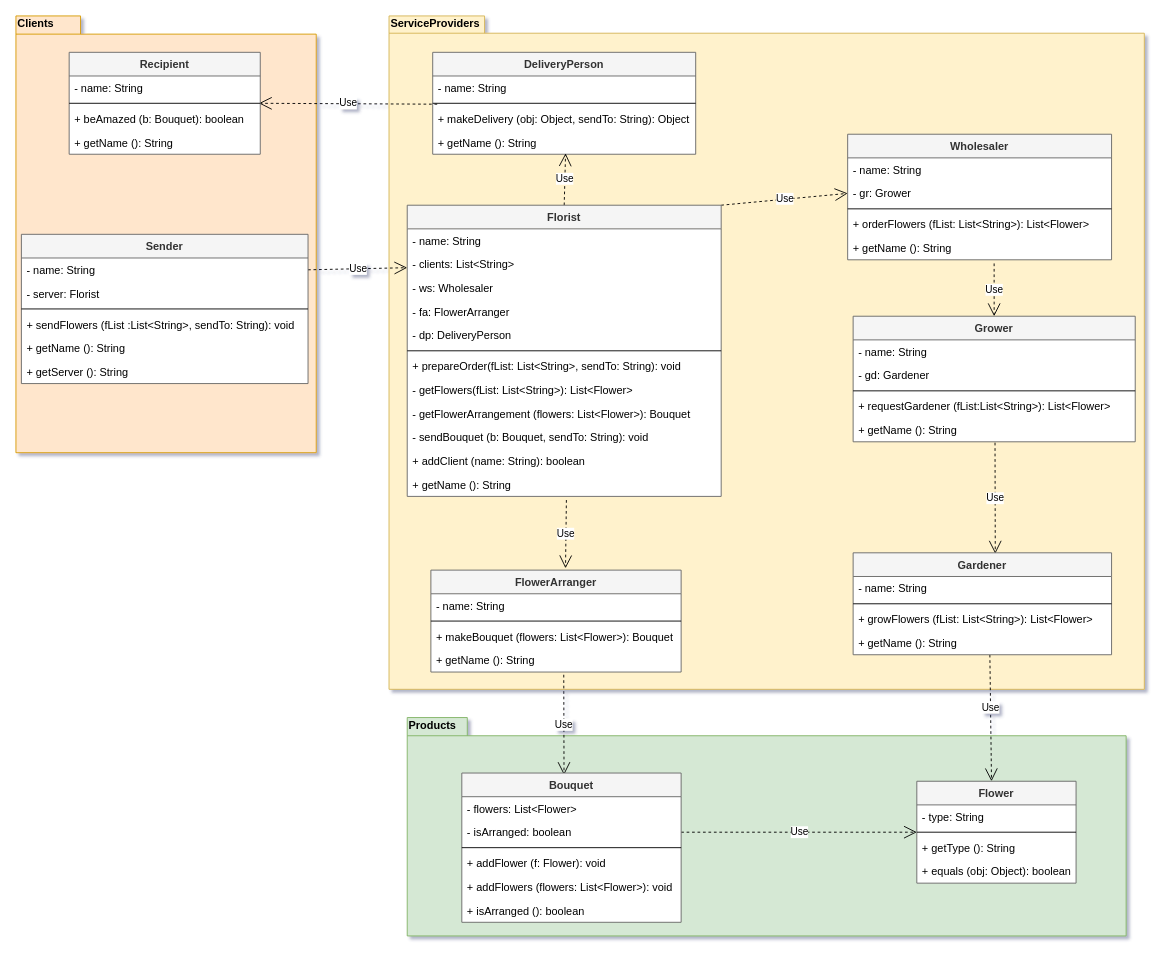
Before: ClassFlowerDeliveryDiagramV2.drawio in EE-OOP/Ex1, a draw.io diagram. Source tidied: cells renumbered, new cells numbered last; positions are measured from the earlier drawing's top-left corner, leaving out a move shared by most shapes. Both pictures are drawn from the tidied source at 91%, with x=0, y=0 at pixel (15, 15).
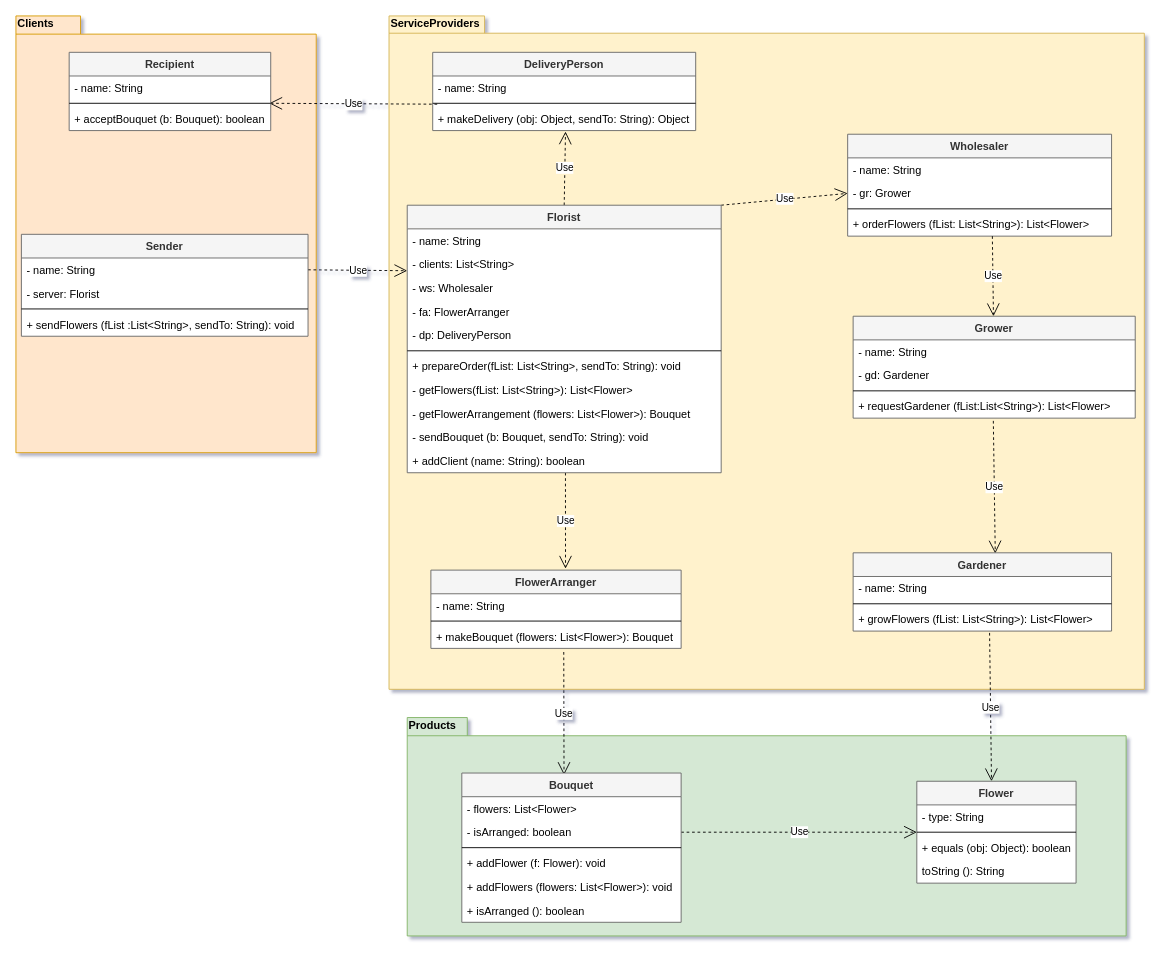
Above is the later version.

Unchanged cells that the change refers to:
```xml
<mxCell id="14" value="+ requestGardener (fList:List&lt;String&gt;): List&lt;Flower&gt;" style="text;align=left;verticalAlign=top;spacingLeft=4;spacingRight=4;overflow=hidden;points=[[0,0.5],[1,0.5]];portConstraint=eastwest;" parent="10" vertex="1">
  <mxGeometry y="86" width="310" height="26" as="geometry" />
</mxCell>
<mxCell id="19" value="+ makeDelivery (obj: Object, sendTo: String): Object" style="text;strokeColor=none;fillColor=none;align=left;verticalAlign=top;spacingLeft=4;spacingRight=4;overflow=hidden;points=[[0,0.5],[1,0.5]];portConstraint=eastwest;" parent="16" vertex="1">
  <mxGeometry y="60" width="289" height="26" as="geometry" />
</mxCell>
<mxCell id="39" value="- clients: List&lt;String&gt;" style="text;strokeColor=none;fillColor=none;align=left;verticalAlign=top;spacingLeft=4;spacingRight=4;overflow=hidden;points=[[0,0.5],[1,0.5]];portConstraint=eastwest;" parent="37" vertex="1">
  <mxGeometry y="52" width="345" height="26" as="geometry" />
</mxCell>
<mxCell id="48" value="+ addClient (name: String): boolean" style="text;strokeColor=none;fillColor=none;align=left;verticalAlign=top;spacingLeft=4;spacingRight=4;overflow=hidden;points=[[0,0.5],[1,0.5]];portConstraint=eastwest;" parent="37" vertex="1">
  <mxGeometry y="268" width="345" height="26" as="geometry" />
</mxCell>
<mxCell id="51" value="- name: String" style="text;strokeColor=none;fillColor=none;align=left;verticalAlign=top;spacingLeft=4;spacingRight=4;overflow=hidden;points=[[0,0.5],[1,0.5]];portConstraint=eastwest;" parent="50" vertex="1">
  <mxGeometry y="26" width="315" height="26" as="geometry" />
</mxCell>
<mxCell id="57" value="Bouquet" style="swimlane;fontStyle=1;align=center;verticalAlign=top;horizontal=1;startSize=26;swimlaneFillColor=#ffffff;fillColor=#f5f5f5;strokeColor=#666666;fontColor=#333333;" parent="1" vertex="1">
  <mxGeometry x="490" y="832" width="241" height="164" as="geometry" />
</mxCell>
<mxCell id="72" value="+ makeBouquet (flowers: List&lt;Flower&gt;): Bouquet" style="text;strokeColor=none;fillColor=none;align=left;verticalAlign=top;spacingLeft=4;spacingRight=4;overflow=hidden;points=[[0,0.5],[1,0.5]];portConstraint=eastwest;" parent="69" vertex="1">
  <mxGeometry y="60" width="275" height="26" as="geometry" />
</mxCell>
<mxCell id="74" value="Flower" style="swimlane;fontStyle=1;align=center;verticalAlign=top;horizontal=1;startSize=26;swimlaneFillColor=#ffffff;fillColor=#f5f5f5;strokeColor=#666666;fontColor=#333333;" parent="1" vertex="1">
  <mxGeometry x="990" y="841" width="175" height="112" as="geometry" />
</mxCell>
```

Change to the diagram source:
```diff
@@
     <mxCell id="4" value="Wholesaler" style="swimlane;fontStyle=1;align=center;verticalAlign=top;horizontal=1;startSize=26;swimlaneFillColor=#ffffff;fillColor=#f5f5f5;strokeColor=#666666;fontColor=#333333;" parent="1" vertex="1">
-      <mxGeometry x="914" y="130" width="290" height="138" as="geometry" />
+      <mxGeometry x="914" y="130" width="290" height="112" as="geometry" />
     </mxCell>
@@
-    <mxCell id="9" value="+ getName (): String" style="text;strokeColor=none;fillColor=none;align=left;verticalAlign=top;spacingLeft=4;spacingRight=4;overflow=hidden;points=[[0,0.5],[1,0.5]];portConstraint=eastwest;" parent="4" vertex="1">
-      <mxGeometry y="112" width="290" height="26" as="geometry" />
-    </mxCell>
     <mxCell id="10" value="Grower" style="swimlane;fontStyle=1;align=center;verticalAlign=top;horizontal=1;startSize=26;swimlaneFillColor=#ffffff;fillColor=#f5f5f5;strokeColor=#666666;fontColor=#333333;" parent="1" vertex="1">
-      <mxGeometry x="920" y="330" width="310" height="138" as="geometry" />
+      <mxGeometry x="920" y="330" width="310" height="112" as="geometry" />
     </mxCell>
@@
-    <mxCell id="15" value="+ getName (): String" style="text;align=left;verticalAlign=top;spacingLeft=4;spacingRight=4;overflow=hidden;points=[[0,0.5],[1,0.5]];portConstraint=eastwest;" parent="10" vertex="1">
-      <mxGeometry y="112" width="310" height="26" as="geometry" />
-    </mxCell>
     <mxCell id="16" value="DeliveryPerson" style="swimlane;fontStyle=1;align=center;verticalAlign=top;horizontal=1;startSize=26;swimlaneFillColor=#ffffff;fillColor=#f5f5f5;strokeColor=#666666;fontColor=#333333;" parent="1" vertex="1">
-      <mxGeometry x="458" y="40" width="289" height="112" as="geometry" />
+      <mxGeometry x="458" y="40" width="289" height="86" as="geometry" />
     </mxCell>
@@
-    <mxCell id="20" value="+ getName (): String" style="text;strokeColor=none;fillColor=none;align=left;verticalAlign=top;spacingLeft=4;spacingRight=4;overflow=hidden;" parent="16" vertex="1">
-      <mxGeometry y="86" width="289" height="26" as="geometry" />
-    </mxCell>
@@
-    <mxCell id="22" value="Use" style="endArrow=open;endSize=12;dashed=1;html=1;exitX=0.555;exitY=1.154;exitDx=0;exitDy=0;exitPerimeter=0;" parent="1" edge="1" source="9" target="10">
-      <mxGeometry relative="1" as="geometry" />
+    <mxCell id="22" value="Use" style="endArrow=open;endSize=12;dashed=1;html=1;" parent="1" edge="1" target="10">
+      <mxGeometry relative="1" as="geometry">
+        <mxPoint x="1073" y="242" as="sourcePoint" />
+      </mxGeometry>
     </mxCell>
-    <mxCell id="23" value="Use" style="endArrow=open;endSize=12;dashed=1;html=1;entryX=0.55;entryY=0.008;entryDx=0;entryDy=0;entryPerimeter=0;exitX=0.503;exitY=1.038;exitDx=0;exitDy=0;exitPerimeter=0;" parent="1" edge="1" source="15" target="64">
+    <mxCell id="23" value="Use" style="endArrow=open;endSize=12;dashed=1;html=1;entryX=0.55;entryY=0.008;entryDx=0;entryDy=0;entryPerimeter=0;exitX=0.497;exitY=1.115;exitDx=0;exitDy=0;exitPerimeter=0;" parent="1" edge="1" source="14" target="64">
       <mxGeometry relative="1" as="geometry" />
     </mxCell>
@@
-    <mxCell id="25" value="Use" style="endArrow=open;endSize=12;dashed=1;html=1;entryX=0.538;entryY=-0.018;entryDx=0;entryDy=0;entryPerimeter=0;exitX=0.507;exitY=1.154;exitDx=0;exitDy=0;exitPerimeter=0;" parent="1" edge="1" source="49" target="69">
+    <mxCell id="25" value="Use" style="endArrow=open;endSize=12;dashed=1;html=1;entryX=0.538;entryY=-0.018;entryDx=0;entryDy=0;entryPerimeter=0;exitX=0.504;exitY=1;exitDx=0;exitDy=0;exitPerimeter=0;" parent="1" edge="1" source="48" target="69">
       <mxGeometry relative="1" as="geometry" />
     </mxCell>
-    <mxCell id="26" value="Use" style="endArrow=open;endSize=12;dashed=1;html=1;exitX=0.5;exitY=0;exitDx=0;exitDy=0;" parent="1" edge="1" source="37">
-      <mxGeometry relative="1" as="geometry">
-        <mxPoint x="604" y="151" as="targetPoint" />
-      </mxGeometry>
+    <mxCell id="26" value="Use" style="endArrow=open;endSize=12;dashed=1;html=1;exitX=0.5;exitY=0;exitDx=0;exitDy=0;entryX=0.505;entryY=1.038;entryDx=0;entryDy=0;entryPerimeter=0;" parent="1" edge="1" source="37" target="19">
+      <mxGeometry relative="1" as="geometry" />
     </mxCell>
-    <mxCell id="27" value="Use" style="endArrow=open;endSize=12;dashed=1;html=1;exitX=0.531;exitY=1.115;exitDx=0;exitDy=0;exitPerimeter=0;entryX=0.466;entryY=0.013;entryDx=0;entryDy=0;entryPerimeter=0;" parent="1" edge="1" source="73" target="57">
+    <mxCell id="27" value="Use" style="endArrow=open;endSize=12;dashed=1;html=1;exitX=0.531;exitY=1.154;exitDx=0;exitDy=0;exitPerimeter=0;entryX=0.466;entryY=0.013;entryDx=0;entryDy=0;entryPerimeter=0;" parent="1" edge="1" source="72" target="57">
       <mxGeometry relative="1" as="geometry" />
     </mxCell>
@@
-    <mxCell id="29" value="Use" style="endArrow=open;endSize=12;dashed=1;html=1;exitX=1;exitY=0.5;exitDx=0;exitDy=0;" parent="1" edge="1" source="51" target="39">
-      <mxGeometry relative="1" as="geometry" />
+    <mxCell id="29" value="Use" style="endArrow=open;endSize=12;dashed=1;html=1;exitX=1;exitY=0.5;exitDx=0;exitDy=0;" parent="1" edge="1" source="51">
+      <mxGeometry relative="1" as="geometry">
+        <mxPoint x="430" y="280" as="targetPoint" />
+      </mxGeometry>
     </mxCell>
@@
     <mxCell id="32" value="Recipient" style="swimlane;fontStyle=1;align=center;verticalAlign=top;horizontal=1;startSize=26;swimlaneFillColor=#ffffff;fillColor=#f5f5f5;strokeColor=#666666;fontColor=#333333;" parent="1" vertex="1">
-      <mxGeometry x="58.5" y="40" width="210" height="112" as="geometry" />
+      <mxGeometry x="58.5" y="40" width="221.5" height="86" as="geometry" />
     </mxCell>
     <mxCell id="33" value="- name: String" style="text;strokeColor=none;fillColor=none;align=left;verticalAlign=top;spacingLeft=4;spacingRight=4;overflow=hidden;" parent="32" vertex="1">
-      <mxGeometry y="26" width="210" height="26" as="geometry" />
+      <mxGeometry y="26" width="221.5" height="26" as="geometry" />
     </mxCell>
     <mxCell id="34" style="line;strokeWidth=1;fillColor=none;align=left;verticalAlign=middle;spacingTop=-1;spacingLeft=3;spacingRight=3;labelPosition=right;points=[];portConstraint=eastwest;" parent="32" vertex="1">
-      <mxGeometry y="52" width="210" height="8" as="geometry" />
+      <mxGeometry y="52" width="221.5" height="8" as="geometry" />
     </mxCell>
-    <mxCell id="35" value="+ beAmazed (b: Bouquet): boolean" style="text;strokeColor=none;fillColor=none;align=left;verticalAlign=top;spacingLeft=4;spacingRight=4;overflow=hidden;" parent="32" vertex="1">
-      <mxGeometry y="60" width="210" height="26" as="geometry" />
+    <mxCell id="35" value="+ acceptBouquet (b: Bouquet): boolean" style="text;strokeColor=none;fillColor=none;align=left;verticalAlign=top;spacingLeft=4;spacingRight=4;overflow=hidden;" parent="32" vertex="1">
+      <mxGeometry y="60" width="221.5" height="26" as="geometry" />
     </mxCell>
-    <mxCell id="36" value="+ getName (): String" style="text;strokeColor=none;fillColor=none;align=left;verticalAlign=top;spacingLeft=4;spacingRight=4;overflow=hidden;" parent="32" vertex="1">
-      <mxGeometry y="86" width="210" height="26" as="geometry" />
-    </mxCell>
     <mxCell id="37" value="Florist" style="swimlane;fontStyle=1;align=center;verticalAlign=top;horizontal=1;startSize=26;swimlaneFillColor=#ffffff;fillColor=#f5f5f5;strokeColor=#666666;fontColor=#333333;" parent="1" vertex="1">
-      <mxGeometry x="430" y="208" width="345" height="320" as="geometry" />
+      <mxGeometry x="430" y="208" width="345" height="294" as="geometry" />
     </mxCell>
@@
-    <mxCell id="49" value="+ getName (): String" style="text;strokeColor=none;fillColor=none;align=left;verticalAlign=top;spacingLeft=4;spacingRight=4;overflow=hidden;points=[[0,0.5],[1,0.5]];portConstraint=eastwest;" parent="37" vertex="1">
-      <mxGeometry y="294" width="345" height="26" as="geometry" />
-    </mxCell>
     <mxCell id="50" value="Sender" style="swimlane;fontStyle=1;align=center;verticalAlign=top;horizontal=1;startSize=26;swimlaneFillColor=#ffffff;fillColor=#f5f5f5;strokeColor=#666666;fontColor=#333333;" parent="1" vertex="1">
-      <mxGeometry x="6" y="240" width="315" height="164" as="geometry" />
+      <mxGeometry x="6" y="240" width="315" height="112" as="geometry" />
     </mxCell>
@@
-    <mxCell id="55" value="+ getName (): String" style="text;strokeColor=none;fillColor=none;align=left;verticalAlign=top;spacingLeft=4;spacingRight=4;overflow=hidden;" parent="50" vertex="1">
-      <mxGeometry y="112" width="315" height="26" as="geometry" />
-    </mxCell>
-    <mxCell id="56" value="+ getServer (): String" style="text;strokeColor=none;fillColor=none;align=left;verticalAlign=top;spacingLeft=4;spacingRight=4;overflow=hidden;" parent="50" vertex="1">
-      <mxGeometry y="138" width="315" height="26" as="geometry" />
-    </mxCell>
@@
     <mxCell id="64" value="Gardener" style="swimlane;fontStyle=1;align=center;verticalAlign=top;horizontal=1;startSize=26;fillColor=#f5f5f5;strokeColor=#666666;fontColor=#333333;swimlaneFillColor=#ffffff;" parent="1" vertex="1">
-      <mxGeometry x="920" y="590" width="284" height="112" as="geometry" />
+      <mxGeometry x="920" y="590" width="284" height="86" as="geometry" />
     </mxCell>
@@
-    <mxCell id="68" value="+ getName (): String" style="text;strokeColor=none;fillColor=none;align=left;verticalAlign=top;spacingLeft=4;spacingRight=4;overflow=hidden;labelBorderColor=none;" parent="64" vertex="1">
-      <mxGeometry y="86" width="284" height="26" as="geometry" />
-    </mxCell>
     <mxCell id="69" value="FlowerArranger" style="swimlane;fontStyle=1;align=center;verticalAlign=top;horizontal=1;startSize=26;swimlaneFillColor=#ffffff;fillColor=#f5f5f5;strokeColor=#666666;fontColor=#333333;" parent="1" vertex="1">
-      <mxGeometry x="456" y="609" width="275" height="112" as="geometry" />
+      <mxGeometry x="456" y="609" width="275" height="86" as="geometry" />
     </mxCell>
@@
-    <mxCell id="73" value="+ getName (): String" style="text;strokeColor=none;fillColor=none;align=left;verticalAlign=top;spacingLeft=4;spacingRight=4;overflow=hidden;points=[[0,0.5],[1,0.5]];portConstraint=eastwest;" parent="69" vertex="1">
-      <mxGeometry y="86" width="275" height="26" as="geometry" />
-    </mxCell>
@@
-    <mxCell id="77" value="+ getType (): String" style="text;strokeColor=none;fillColor=none;align=left;verticalAlign=top;spacingLeft=4;spacingRight=4;overflow=hidden;" parent="74" vertex="1">
-      <mxGeometry y="60" width="175" height="26" as="geometry" />
-    </mxCell>
     <mxCell id="78" value="+ equals (obj: Object): boolean" style="text;strokeColor=none;fillColor=none;align=left;verticalAlign=top;spacingLeft=4;spacingRight=4;overflow=hidden;" parent="74" vertex="1">
-      <mxGeometry y="86" width="175" height="26" as="geometry" />
+      <mxGeometry y="60" width="175" height="26" as="geometry" />
     </mxCell>
+    <mxCell id="79" value="toString (): String" style="text;strokeColor=none;fillColor=none;align=left;verticalAlign=top;spacingLeft=4;spacingRight=4;overflow=hidden;" parent="74" vertex="1">
+      <mxGeometry y="86" width="175" height="26" as="geometry" />
+    </mxCell>
```
